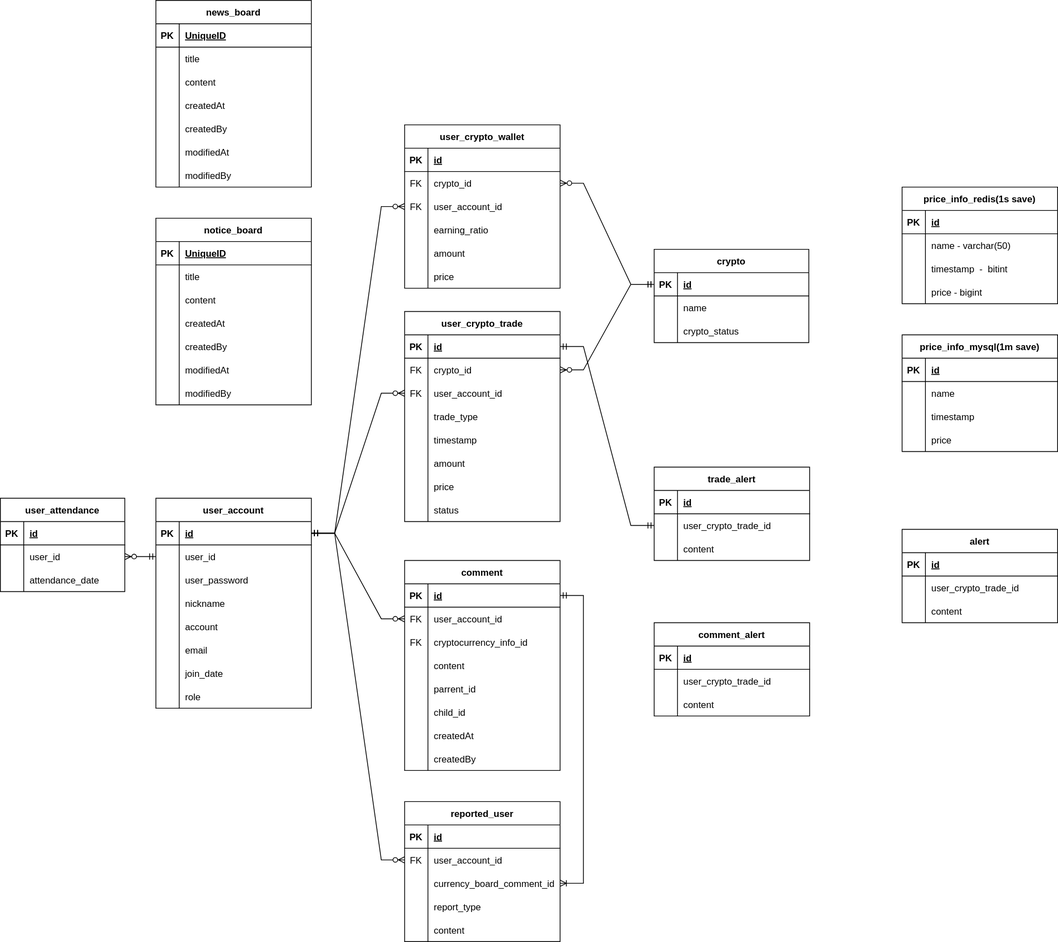
Before: document/erd.svg, a diagram exported from draw.io (O0oO0Oo/Bitcoin-Simulated-Investment-BE). Source tidied: cells renumbered, new cells last; positions are measured from the earlier drawing's top-left corner, leaving out a move shared by most shapes.
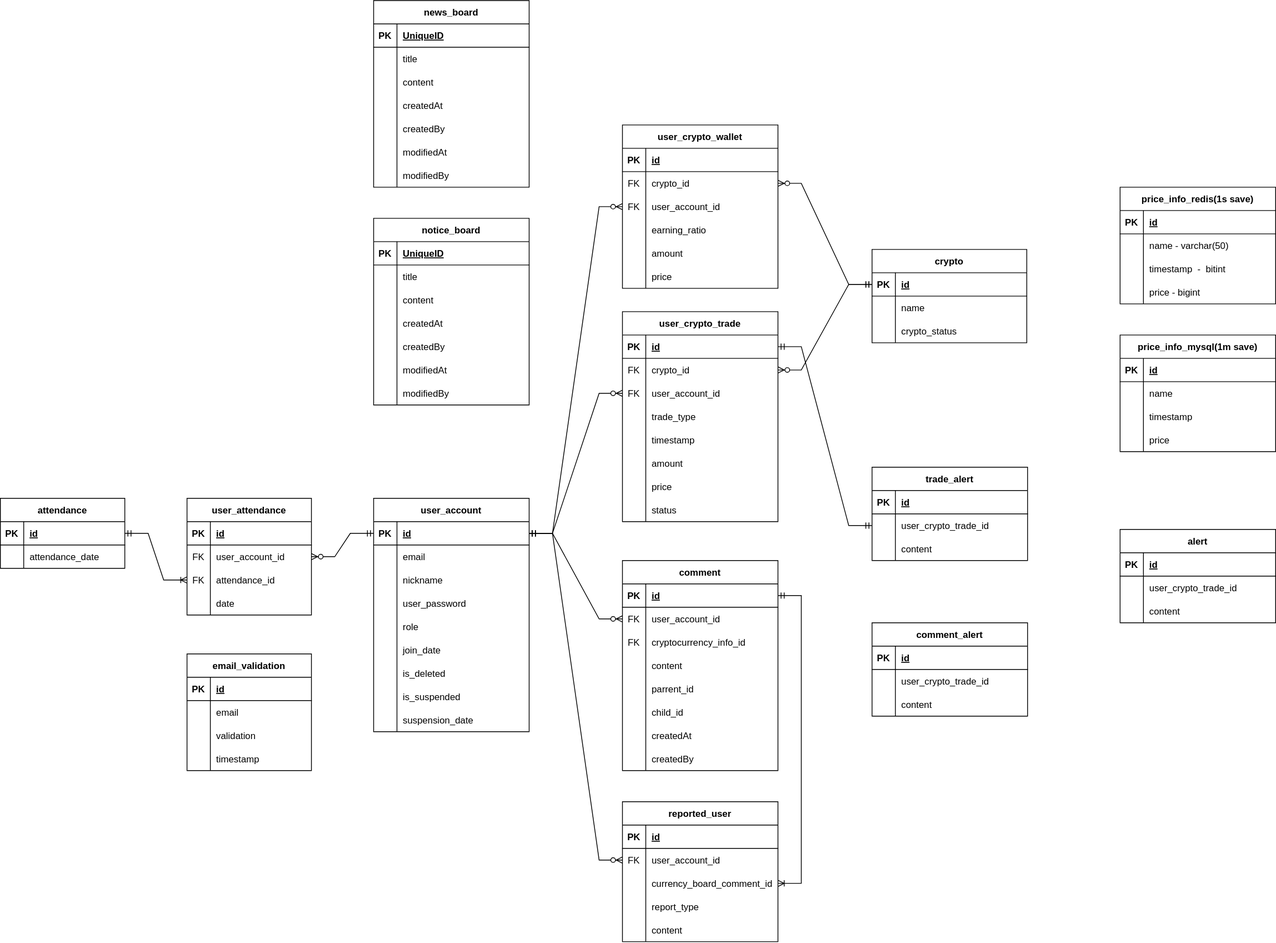
Later version of the same file.

What changed in the source:
```diff
@@ -5,3 +5,3 @@
     <mxCell id="2" value="user_account" style="shape=table;startSize=30;rowLines=0;fontStyle=1;align=center;" parent="1" vertex="1">
-      <mxGeometry x="200" y="640" width="200" height="270" as="geometry" />
+      <mxGeometry x="200" y="640" width="200" height="300" as="geometry" />
     </mxCell>
@@ -16,13 +16,22 @@
     </mxCell>
-    <mxCell id="6" style="shape=tableRow;horizontal=0;startSize=0;swimlaneHead=0;swimlaneBody=0;fillColor=none;points=[[0,0.5],[1,0.5]];portConstraint=eastwest;top=0;left=0;right=0;bottom=0;" parent="2" vertex="1">
-      <mxGeometry y="60" width="200" height="30" as="geometry" />
-    </mxCell>
-    <mxCell id="7" style="shape=partialRectangle;fillColor=none;top=0;left=0;bottom=0;right=0;overflow=hidden;" parent="6" vertex="1">
-      <mxGeometry width="30" height="30" as="geometry" />
-    </mxCell>
-    <mxCell id="8" value="user_id" style="shape=partialRectangle;fillColor=none;top=0;left=0;bottom=0;right=0;align=left;spacingLeft=6;overflow=hidden;" parent="6" vertex="1">
-      <mxGeometry x="30" width="170" height="30" as="geometry" />
-    </mxCell>
+    <mxCell id="18" style="shape=tableRow;horizontal=0;startSize=0;swimlaneHead=0;swimlaneBody=0;fillColor=none;top=0;left=0;right=0;bottom=0;" parent="2" vertex="1">
+      <mxGeometry y="60" width="200" height="30" as="geometry" />
+    </mxCell>
+    <mxCell id="19" style="shape=partialRectangle;fillColor=none;top=0;left=0;bottom=0;right=0;overflow=hidden;" parent="18" vertex="1">
+      <mxGeometry width="30" height="30" as="geometry" />
+    </mxCell>
+    <mxCell id="20" value="email" style="shape=partialRectangle;fillColor=none;top=0;left=0;bottom=0;right=0;align=left;spacingLeft=6;overflow=hidden;" parent="18" vertex="1">
+      <mxGeometry x="30" width="170" height="30" as="geometry" />
+    </mxCell>
+    <mxCell id="12" style="shape=tableRow;horizontal=0;startSize=0;swimlaneHead=0;swimlaneBody=0;fillColor=none;top=0;left=0;right=0;bottom=0;" parent="2" vertex="1">
+      <mxGeometry y="90" width="200" height="30" as="geometry" />
+    </mxCell>
+    <mxCell id="13" style="shape=partialRectangle;fillColor=none;top=0;left=0;bottom=0;right=0;overflow=hidden;" parent="12" vertex="1">
+      <mxGeometry width="30" height="30" as="geometry" />
+    </mxCell>
+    <mxCell id="14" value="nickname" style="shape=partialRectangle;fillColor=none;top=0;left=0;bottom=0;right=0;align=left;spacingLeft=6;overflow=hidden;" parent="12" vertex="1">
+      <mxGeometry x="30" width="170" height="30" as="geometry" />
+    </mxCell>
     <mxCell id="9" style="shape=tableRow;horizontal=0;startSize=0;swimlaneHead=0;swimlaneBody=0;fillColor=none;top=0;left=0;right=0;bottom=0;" parent="2" vertex="1">
-      <mxGeometry y="90" width="200" height="30" as="geometry" />
+      <mxGeometry y="120" width="200" height="30" as="geometry" />
     </mxCell>
@@ -34,31 +43,13 @@
     </mxCell>
-    <mxCell id="12" style="shape=tableRow;horizontal=0;startSize=0;swimlaneHead=0;swimlaneBody=0;fillColor=none;top=0;left=0;right=0;bottom=0;" parent="2" vertex="1">
-      <mxGeometry y="120" width="200" height="30" as="geometry" />
-    </mxCell>
-    <mxCell id="13" style="shape=partialRectangle;fillColor=none;top=0;left=0;bottom=0;right=0;overflow=hidden;" parent="12" vertex="1">
-      <mxGeometry width="30" height="30" as="geometry" />
-    </mxCell>
-    <mxCell id="14" value="nickname" style="shape=partialRectangle;fillColor=none;top=0;left=0;bottom=0;right=0;align=left;spacingLeft=6;overflow=hidden;" parent="12" vertex="1">
-      <mxGeometry x="30" width="170" height="30" as="geometry" />
-    </mxCell>
-    <mxCell id="15" style="shape=tableRow;horizontal=0;startSize=0;swimlaneHead=0;swimlaneBody=0;fillColor=none;top=0;left=0;right=0;bottom=0;" parent="2" vertex="1">
-      <mxGeometry y="150" width="200" height="30" as="geometry" />
-    </mxCell>
-    <mxCell id="16" style="shape=partialRectangle;fillColor=none;top=0;left=0;bottom=0;right=0;overflow=hidden;" parent="15" vertex="1">
-      <mxGeometry width="30" height="30" as="geometry" />
-    </mxCell>
-    <mxCell id="17" value="account" style="shape=partialRectangle;fillColor=none;top=0;left=0;bottom=0;right=0;align=left;spacingLeft=6;overflow=hidden;" parent="15" vertex="1">
-      <mxGeometry x="30" width="170" height="30" as="geometry" />
-    </mxCell>
-    <mxCell id="18" style="shape=tableRow;horizontal=0;startSize=0;swimlaneHead=0;swimlaneBody=0;fillColor=none;top=0;left=0;right=0;bottom=0;" parent="2" vertex="1">
-      <mxGeometry y="180" width="200" height="30" as="geometry" />
-    </mxCell>
-    <mxCell id="19" style="shape=partialRectangle;fillColor=none;top=0;left=0;bottom=0;right=0;overflow=hidden;" parent="18" vertex="1">
-      <mxGeometry width="30" height="30" as="geometry" />
-    </mxCell>
-    <mxCell id="20" value="email" style="shape=partialRectangle;fillColor=none;top=0;left=0;bottom=0;right=0;align=left;spacingLeft=6;overflow=hidden;" parent="18" vertex="1">
-      <mxGeometry x="30" width="170" height="30" as="geometry" />
-    </mxCell>
+    <mxCell id="24" style="shape=tableRow;horizontal=0;startSize=0;swimlaneHead=0;swimlaneBody=0;fillColor=none;top=0;left=0;right=0;bottom=0;" parent="2" vertex="1">
+      <mxGeometry y="150" width="200" height="30" as="geometry" />
+    </mxCell>
+    <mxCell id="25" style="shape=partialRectangle;fillColor=none;top=0;left=0;bottom=0;right=0;overflow=hidden;" parent="24" vertex="1">
+      <mxGeometry width="30" height="30" as="geometry" />
+    </mxCell>
+    <mxCell id="26" value="role" style="shape=partialRectangle;fillColor=none;top=0;left=0;bottom=0;right=0;align=left;spacingLeft=6;overflow=hidden;" parent="24" vertex="1">
+      <mxGeometry x="30" width="170" height="30" as="geometry" />
+    </mxCell>
     <mxCell id="21" style="shape=tableRow;horizontal=0;startSize=0;swimlaneHead=0;swimlaneBody=0;fillColor=none;top=0;left=0;right=0;bottom=0;" parent="2" vertex="1">
-      <mxGeometry y="210" width="200" height="30" as="geometry" />
+      <mxGeometry y="180" width="200" height="30" as="geometry" />
     </mxCell>
@@ -70,11 +61,29 @@
     </mxCell>
-    <mxCell id="24" style="shape=tableRow;horizontal=0;startSize=0;swimlaneHead=0;swimlaneBody=0;fillColor=none;top=0;left=0;right=0;bottom=0;" parent="2" vertex="1">
-      <mxGeometry y="240" width="200" height="30" as="geometry" />
-    </mxCell>
-    <mxCell id="25" style="shape=partialRectangle;fillColor=none;top=0;left=0;bottom=0;right=0;overflow=hidden;" parent="24" vertex="1">
-      <mxGeometry width="30" height="30" as="geometry" />
-    </mxCell>
-    <mxCell id="26" value="role" style="shape=partialRectangle;fillColor=none;top=0;left=0;bottom=0;right=0;align=left;spacingLeft=6;overflow=hidden;" parent="24" vertex="1">
-      <mxGeometry x="30" width="170" height="30" as="geometry" />
-    </mxCell>
+    <mxCell id="243" style="shape=tableRow;horizontal=0;startSize=0;swimlaneHead=0;swimlaneBody=0;fillColor=none;top=0;left=0;right=0;bottom=0;" parent="2" vertex="1">
+      <mxGeometry y="210" width="200" height="30" as="geometry" />
+    </mxCell>
+    <mxCell id="244" style="shape=partialRectangle;fillColor=none;top=0;left=0;bottom=0;right=0;overflow=hidden;" parent="243" vertex="1">
+      <mxGeometry width="30" height="30" as="geometry" />
+    </mxCell>
+    <mxCell id="245" value="is_deleted" style="shape=partialRectangle;fillColor=none;top=0;left=0;bottom=0;right=0;align=left;spacingLeft=6;overflow=hidden;" parent="243" vertex="1">
+      <mxGeometry x="30" width="170" height="30" as="geometry" />
+    </mxCell>
+    <mxCell id="246" style="shape=tableRow;horizontal=0;startSize=0;swimlaneHead=0;swimlaneBody=0;fillColor=none;top=0;left=0;right=0;bottom=0;" parent="2" vertex="1">
+      <mxGeometry y="240" width="200" height="30" as="geometry" />
+    </mxCell>
+    <mxCell id="247" style="shape=partialRectangle;fillColor=none;top=0;left=0;bottom=0;right=0;overflow=hidden;" parent="246" vertex="1">
+      <mxGeometry width="30" height="30" as="geometry" />
+    </mxCell>
+    <mxCell id="248" value="is_suspended" style="shape=partialRectangle;fillColor=none;top=0;left=0;bottom=0;right=0;align=left;spacingLeft=6;overflow=hidden;" parent="246" vertex="1">
+      <mxGeometry x="30" width="170" height="30" as="geometry" />
+    </mxCell>
+    <mxCell id="249" style="shape=tableRow;horizontal=0;startSize=0;swimlaneHead=0;swimlaneBody=0;fillColor=none;top=0;left=0;right=0;bottom=0;" parent="2" vertex="1">
+      <mxGeometry y="270" width="200" height="30" as="geometry" />
+    </mxCell>
+    <mxCell id="250" style="shape=partialRectangle;fillColor=none;top=0;left=0;bottom=0;right=0;overflow=hidden;" parent="249" vertex="1">
+      <mxGeometry width="30" height="30" as="geometry" />
+    </mxCell>
+    <mxCell id="251" value="suspension_date" style="shape=partialRectangle;fillColor=none;top=0;left=0;bottom=0;right=0;align=left;spacingLeft=6;overflow=hidden;" parent="249" vertex="1">
+      <mxGeometry x="30" width="170" height="30" as="geometry" />
+    </mxCell>
     <mxCell id="27" value="comment" style="shape=table;startSize=30;rowLines=0;fontStyle=1;align=center;" parent="1" vertex="1">
@@ -562,4 +571,4 @@
     </mxCell>
-    <mxCell id="188" value="user_attendance" style="shape=table;startSize=30;rowLines=0;fontStyle=1;align=center;" parent="1" vertex="1">
-      <mxGeometry y="640" width="160" height="120" as="geometry" />
+    <mxCell id="188" value="attendance" style="shape=table;startSize=30;rowLines=0;fontStyle=1;align=center;" parent="1" vertex="1">
+      <mxGeometry x="-280" y="640" width="160" height="90" as="geometry" />
     </mxCell>
@@ -574,13 +583,4 @@
     </mxCell>
-    <mxCell id="192" style="shape=tableRow;horizontal=0;startSize=0;swimlaneHead=0;swimlaneBody=0;fillColor=none;points=[[0,0.5],[1,0.5]];portConstraint=eastwest;top=0;left=0;right=0;bottom=0;" parent="188" vertex="1">
-      <mxGeometry y="60" width="160" height="30" as="geometry" />
-    </mxCell>
-    <mxCell id="193" style="shape=partialRectangle;fillColor=none;top=0;left=0;bottom=0;right=0;overflow=hidden;" parent="192" vertex="1">
-      <mxGeometry width="30" height="30" as="geometry" />
-    </mxCell>
-    <mxCell id="194" value="user_id" style="shape=partialRectangle;fillColor=none;top=0;left=0;bottom=0;right=0;align=left;spacingLeft=6;overflow=hidden;" parent="192" vertex="1">
-      <mxGeometry x="30" width="130" height="30" as="geometry" />
-    </mxCell>
     <mxCell id="195" style="shape=tableRow;horizontal=0;startSize=0;swimlaneHead=0;swimlaneBody=0;fillColor=none;top=0;left=0;right=0;bottom=0;" parent="188" vertex="1">
-      <mxGeometry y="90" width="160" height="30" as="geometry" />
+      <mxGeometry y="60" width="160" height="30" as="geometry" />
     </mxCell>
@@ -592,5 +592,2 @@
     </mxCell>
-    <mxCell id="198" style="edgeStyle=entityRelationEdgeStyle;fontSize=12;html=1;endArrow=ERzeroToMany;startArrow=ERmandOne;rounded=0;entryX=1;entryY=0.5;entryDx=0;entryDy=0;exitX=0;exitY=0.5;exitDx=0;exitDy=0;" parent="1" edge="1" source="6" target="192">
-      <mxGeometry relative="1" as="geometry" />
-    </mxCell>
     <mxCell id="199" value="user_crypto_wallet" style="shape=table;startSize=30;rowLines=0;fontStyle=1;align=center;" parent="1" vertex="1">
@@ -727,2 +724,86 @@
     </mxCell>
+    <mxCell id="252" value="user_attendance" style="shape=table;startSize=30;rowLines=0;fontStyle=1;align=center;" parent="1" vertex="1">
+      <mxGeometry x="-40" y="640" width="160" height="150" as="geometry" />
+    </mxCell>
+    <mxCell id="253" style="shape=tableRow;horizontal=0;startSize=0;swimlaneHead=0;swimlaneBody=0;fillColor=none;top=0;left=0;right=0;bottom=1;" parent="252" vertex="1">
+      <mxGeometry y="30" width="160" height="30" as="geometry" />
+    </mxCell>
+    <mxCell id="254" value="PK" style="shape=partialRectangle;fillColor=none;top=0;left=0;bottom=0;right=0;fontStyle=1;overflow=hidden;" parent="253" vertex="1">
+      <mxGeometry width="30" height="30" as="geometry" />
+    </mxCell>
+    <mxCell id="255" value="id" style="shape=partialRectangle;fillColor=none;top=0;left=0;bottom=0;right=0;align=left;spacingLeft=6;fontStyle=5;overflow=hidden;" parent="253" vertex="1">
+      <mxGeometry x="30" width="130" height="30" as="geometry" />
+    </mxCell>
+    <mxCell id="256" style="shape=tableRow;horizontal=0;startSize=0;swimlaneHead=0;swimlaneBody=0;fillColor=none;points=[[0,0.5],[1,0.5]];portConstraint=eastwest;top=0;left=0;right=0;bottom=0;" parent="252" vertex="1">
+      <mxGeometry y="60" width="160" height="30" as="geometry" />
+    </mxCell>
+    <mxCell id="257" value="FK" style="shape=partialRectangle;fillColor=none;top=0;left=0;bottom=0;right=0;overflow=hidden;" parent="256" vertex="1">
+      <mxGeometry width="30" height="30" as="geometry" />
+    </mxCell>
+    <mxCell id="258" value="user_account_id" style="shape=partialRectangle;fillColor=none;top=0;left=0;bottom=0;right=0;align=left;spacingLeft=6;overflow=hidden;" parent="256" vertex="1">
+      <mxGeometry x="30" width="130" height="30" as="geometry" />
+    </mxCell>
+    <mxCell id="259" style="shape=tableRow;horizontal=0;startSize=0;swimlaneHead=0;swimlaneBody=0;fillColor=none;points=[[0,0.5],[1,0.5]];portConstraint=eastwest;top=0;left=0;right=0;bottom=0;" parent="252" vertex="1">
+      <mxGeometry y="90" width="160" height="30" as="geometry" />
+    </mxCell>
+    <mxCell id="260" value="FK" style="shape=partialRectangle;fillColor=none;top=0;left=0;bottom=0;right=0;overflow=hidden;" parent="259" vertex="1">
+      <mxGeometry width="30" height="30" as="geometry" />
+    </mxCell>
+    <mxCell id="261" value="attendance_id" style="shape=partialRectangle;fillColor=none;top=0;left=0;bottom=0;right=0;align=left;spacingLeft=6;overflow=hidden;" parent="259" vertex="1">
+      <mxGeometry x="30" width="130" height="30" as="geometry" />
+    </mxCell>
+    <mxCell id="262" style="shape=tableRow;horizontal=0;startSize=0;swimlaneHead=0;swimlaneBody=0;fillColor=none;top=0;left=0;right=0;bottom=0;" parent="252" vertex="1">
+      <mxGeometry y="120" width="160" height="30" as="geometry" />
+    </mxCell>
+    <mxCell id="263" style="shape=partialRectangle;fillColor=none;top=0;left=0;bottom=0;right=0;overflow=hidden;" parent="262" vertex="1">
+      <mxGeometry width="30" height="30" as="geometry" />
+    </mxCell>
+    <mxCell id="264" value="date" style="shape=partialRectangle;fillColor=none;top=0;left=0;bottom=0;right=0;align=left;spacingLeft=6;overflow=hidden;" parent="262" vertex="1">
+      <mxGeometry x="30" width="130" height="30" as="geometry" />
+    </mxCell>
+    <mxCell id="265" style="edgeStyle=entityRelationEdgeStyle;fontSize=12;html=1;endArrow=ERzeroToMany;startArrow=ERmandOne;rounded=0;exitX=0;exitY=0.5;exitDx=0;exitDy=0;entryX=1;entryY=0.5;entryDx=0;entryDy=0;" parent="1" edge="1" source="3" target="256">
+      <mxGeometry relative="1" as="geometry" />
+    </mxCell>
+    <mxCell id="266" value="email_validation" style="shape=table;startSize=30;rowLines=0;fontStyle=1;align=center;" parent="1" vertex="1">
+      <mxGeometry x="-40" y="840" width="160" height="150" as="geometry" />
+    </mxCell>
+    <mxCell id="267" style="shape=tableRow;horizontal=0;startSize=0;swimlaneHead=0;swimlaneBody=0;fillColor=none;top=0;left=0;right=0;bottom=1;" parent="266" vertex="1">
+      <mxGeometry y="30" width="160" height="30" as="geometry" />
+    </mxCell>
+    <mxCell id="268" value="PK" style="shape=partialRectangle;fillColor=none;top=0;left=0;bottom=0;right=0;fontStyle=1;overflow=hidden;" parent="267" vertex="1">
+      <mxGeometry width="30" height="30" as="geometry" />
+    </mxCell>
+    <mxCell id="269" value="id" style="shape=partialRectangle;fillColor=none;top=0;left=0;bottom=0;right=0;align=left;spacingLeft=6;fontStyle=5;overflow=hidden;" parent="267" vertex="1">
+      <mxGeometry x="30" width="130" height="30" as="geometry" />
+    </mxCell>
+    <mxCell id="270" style="shape=tableRow;horizontal=0;startSize=0;swimlaneHead=0;swimlaneBody=0;fillColor=none;top=0;left=0;right=0;bottom=0;" parent="266" vertex="1">
+      <mxGeometry y="60" width="160" height="30" as="geometry" />
+    </mxCell>
+    <mxCell id="271" style="shape=partialRectangle;fillColor=none;top=0;left=0;bottom=0;right=0;overflow=hidden;" parent="270" vertex="1">
+      <mxGeometry width="30" height="30" as="geometry" />
+    </mxCell>
+    <mxCell id="272" value="email" style="shape=partialRectangle;fillColor=none;top=0;left=0;bottom=0;right=0;align=left;spacingLeft=6;overflow=hidden;" parent="270" vertex="1">
+      <mxGeometry x="30" width="130" height="30" as="geometry" />
+    </mxCell>
+    <mxCell id="273" style="shape=tableRow;horizontal=0;startSize=0;swimlaneHead=0;swimlaneBody=0;fillColor=none;top=0;left=0;right=0;bottom=0;" parent="266" vertex="1">
+      <mxGeometry y="90" width="160" height="30" as="geometry" />
+    </mxCell>
+    <mxCell id="274" style="shape=partialRectangle;fillColor=none;top=0;left=0;bottom=0;right=0;overflow=hidden;" parent="273" vertex="1">
+      <mxGeometry width="30" height="30" as="geometry" />
+    </mxCell>
+    <mxCell id="275" value="validation" style="shape=partialRectangle;fillColor=none;top=0;left=0;bottom=0;right=0;align=left;spacingLeft=6;overflow=hidden;" parent="273" vertex="1">
+      <mxGeometry x="30" width="130" height="30" as="geometry" />
+    </mxCell>
+    <mxCell id="276" style="shape=tableRow;horizontal=0;startSize=0;swimlaneHead=0;swimlaneBody=0;fillColor=none;top=0;left=0;right=0;bottom=0;" parent="266" vertex="1">
+      <mxGeometry y="120" width="160" height="30" as="geometry" />
+    </mxCell>
+    <mxCell id="277" style="shape=partialRectangle;fillColor=none;top=0;left=0;bottom=0;right=0;overflow=hidden;" parent="276" vertex="1">
+      <mxGeometry width="30" height="30" as="geometry" />
+    </mxCell>
+    <mxCell id="278" value="timestamp" style="shape=partialRectangle;fillColor=none;top=0;left=0;bottom=0;right=0;align=left;spacingLeft=6;overflow=hidden;" parent="276" vertex="1">
+      <mxGeometry x="30" width="130" height="30" as="geometry" />
+    </mxCell>
+    <mxCell id="279" style="edgeStyle=entityRelationEdgeStyle;fontSize=12;html=1;endArrow=ERoneToMany;startArrow=ERmandOne;rounded=0;" parent="1" edge="1" source="189" target="259">
+      <mxGeometry relative="1" as="geometry" />
+    </mxCell>
   </root>
```
